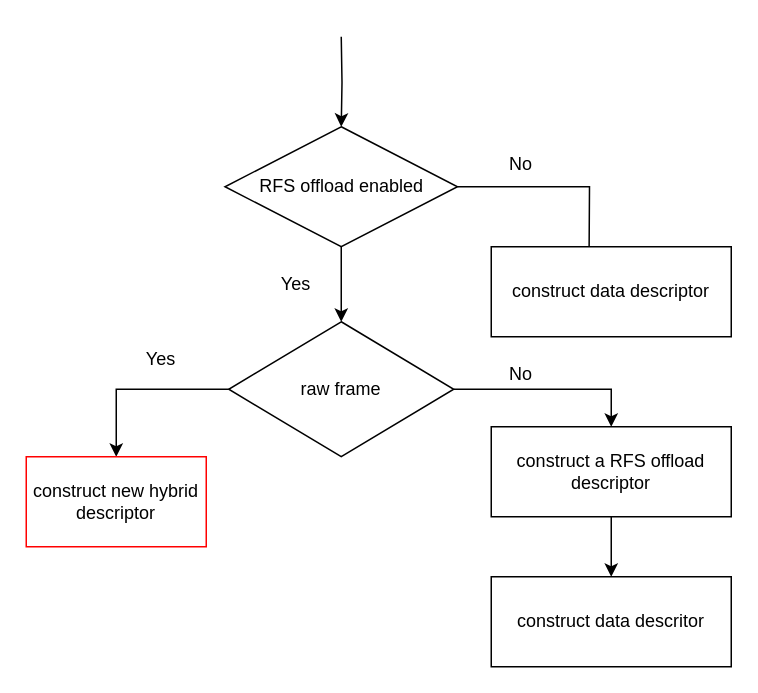
This is new_FD_driver.drawio from LuyaoZhong/Figures, a draw.io file, before an edit. Source tidied: cells renumbered, new cells numbered last; positions are measured from the earlier drawing's top-left corner, leaving out a move shared by most shapes. Both pictures are drawn from the tidied source at 150%, with x=0, y=0 at pixel (26, 36).
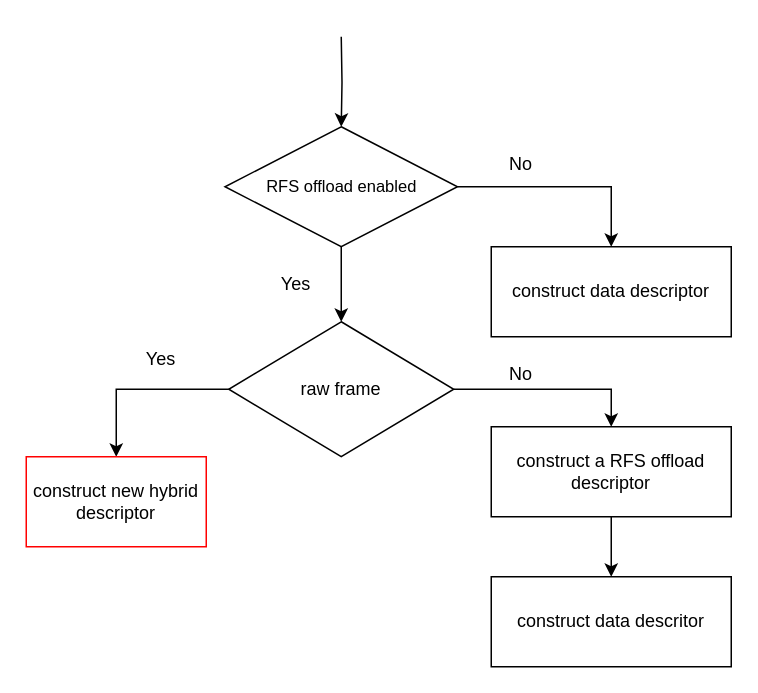
The same diagram, later.

What changed in the source:
```diff
@@
 <mxGraphModel>
   <root>
     <mxCell id="0" />
     <mxCell id="1" parent="0" />
-    <mxCell id="2" style="edgeStyle=orthogonalEdgeStyle;rounded=0;jettySize=auto;html=1;exitX=1;exitY=0.5;exitDx=0;exitDy=0;entryX=0.5;entryY=0;entryDx=0;entryDy=0;" parent="1" edge="1" source="4">
-      <mxGeometry relative="1" as="geometry">
-        <mxPoint x="375" y="180" as="targetPoint" />
-      </mxGeometry>
-    </mxCell>
     <mxCell id="3" style="edgeStyle=orthogonalEdgeStyle;rounded=0;jettySize=auto;html=1;entryX=0.5;entryY=0;entryDx=0;entryDy=0;" parent="1" edge="1" source="4" target="7">
       <mxGeometry relative="1" as="geometry" />
     </mxCell>
+    <mxCell id="18" style="edgeStyle=orthogonalEdgeStyle;rounded=0;jettySize=auto;html=1;exitX=1;exitY=0.5;exitDx=0;exitDy=0;entryX=0.5;entryY=0;entryDx=0;entryDy=0;fontSize=11;" parent="1" edge="1" source="4" target="10">
+      <mxGeometry relative="1" as="geometry" />
+    </mxCell>
-    <mxCell id="4" value="RFS offload enabled" style="rhombus;whiteSpace=wrap;html=1;" parent="1" vertex="1">
+    <mxCell id="4" value="RFS offload enabled" style="rhombus;whiteSpace=wrap;html=1;fontSize=11;" parent="1" vertex="1">
       <mxGeometry x="132.5" y="60" width="155" height="80" as="geometry" />
     </mxCell>
     <mxCell id="5" style="edgeStyle=orthogonalEdgeStyle;rounded=0;jettySize=auto;html=1;exitX=0;exitY=0.5;exitDx=0;exitDy=0;entryX=0.5;entryY=0;entryDx=0;entryDy=0;" parent="1" edge="1" source="7" target="9">
       <mxGeometry relative="1" as="geometry" />
     </mxCell>
     <mxCell id="6" style="edgeStyle=orthogonalEdgeStyle;rounded=0;jettySize=auto;html=1;exitX=1;exitY=0.5;exitDx=0;exitDy=0;entryX=0.5;entryY=0;entryDx=0;entryDy=0;" parent="1" edge="1" source="7" target="12">
       <mxGeometry relative="1" as="geometry" />
     </mxCell>
     <mxCell id="7" value="raw frame" style="rhombus;whiteSpace=wrap;html=1;" parent="1" vertex="1">
       <mxGeometry x="135" y="190" width="150" height="90" as="geometry" />
     </mxCell>
     <mxCell id="8" style="edgeStyle=orthogonalEdgeStyle;rounded=0;jettySize=auto;html=1;entryX=0.5;entryY=0;entryDx=0;entryDy=0;" parent="1" edge="1" target="4">
       <mxGeometry relative="1" as="geometry">
         <mxPoint x="210" as="sourcePoint" />
       </mxGeometry>
     </mxCell>
     <mxCell id="9" value="construct new hybrid descriptor" style="rounded=0;whiteSpace=wrap;html=1;strokeColor=#FF0000;" parent="1" vertex="1">
       <mxGeometry y="280" width="120" height="60" as="geometry" />
     </mxCell>
-    <mxCell id="10" value="construct data descriptor" style="rounded=0;whiteSpace=wrap;html=1;" parent="1" vertex="1">
-      <mxGeometry x="310" y="140" width="160" height="60" as="geometry" />
-    </mxCell>
     <mxCell id="11" style="edgeStyle=orthogonalEdgeStyle;rounded=0;jettySize=auto;html=1;" parent="1" edge="1" source="12">
       <mxGeometry relative="1" as="geometry">
         <mxPoint x="390" y="360" as="targetPoint" />
       </mxGeometry>
     </mxCell>
     <mxCell id="12" value="construct a RFS offload descriptor" style="rounded=0;whiteSpace=wrap;html=1;" parent="1" vertex="1">
       <mxGeometry x="310" y="260" width="160" height="60" as="geometry" />
     </mxCell>
     <mxCell id="13" value="construct data descritor" style="rounded=0;whiteSpace=wrap;html=1;" parent="1" vertex="1">
       <mxGeometry x="310" y="360" width="160" height="60" as="geometry" />
     </mxCell>
     <mxCell id="14" value="No" style="text;html=1;strokeColor=none;fillColor=none;align=center;verticalAlign=middle;whiteSpace=wrap;rounded=0;" parent="1" vertex="1">
       <mxGeometry x="300" y="70" width="60" height="30" as="geometry" />
     </mxCell>
     <mxCell id="15" value="Yes" style="text;html=1;strokeColor=none;fillColor=none;align=center;verticalAlign=middle;whiteSpace=wrap;rounded=0;" parent="1" vertex="1">
       <mxGeometry x="150" y="150" width="60" height="30" as="geometry" />
     </mxCell>
     <mxCell id="16" value="Yes" style="text;html=1;strokeColor=none;fillColor=none;align=center;verticalAlign=middle;whiteSpace=wrap;rounded=0;" parent="1" vertex="1">
       <mxGeometry x="60" y="200" width="60" height="30" as="geometry" />
     </mxCell>
     <mxCell id="17" value="No" style="text;html=1;strokeColor=none;fillColor=none;align=center;verticalAlign=middle;whiteSpace=wrap;rounded=0;" parent="1" vertex="1">
       <mxGeometry x="300" y="210" width="60" height="30" as="geometry" />
     </mxCell>
+    <mxCell id="10" value="construct data descriptor" style="rounded=0;whiteSpace=wrap;html=1;" parent="1" vertex="1">
+      <mxGeometry x="310" y="140" width="160" height="60" as="geometry" />
+    </mxCell>
   </root>
 </mxGraphModel>
```
